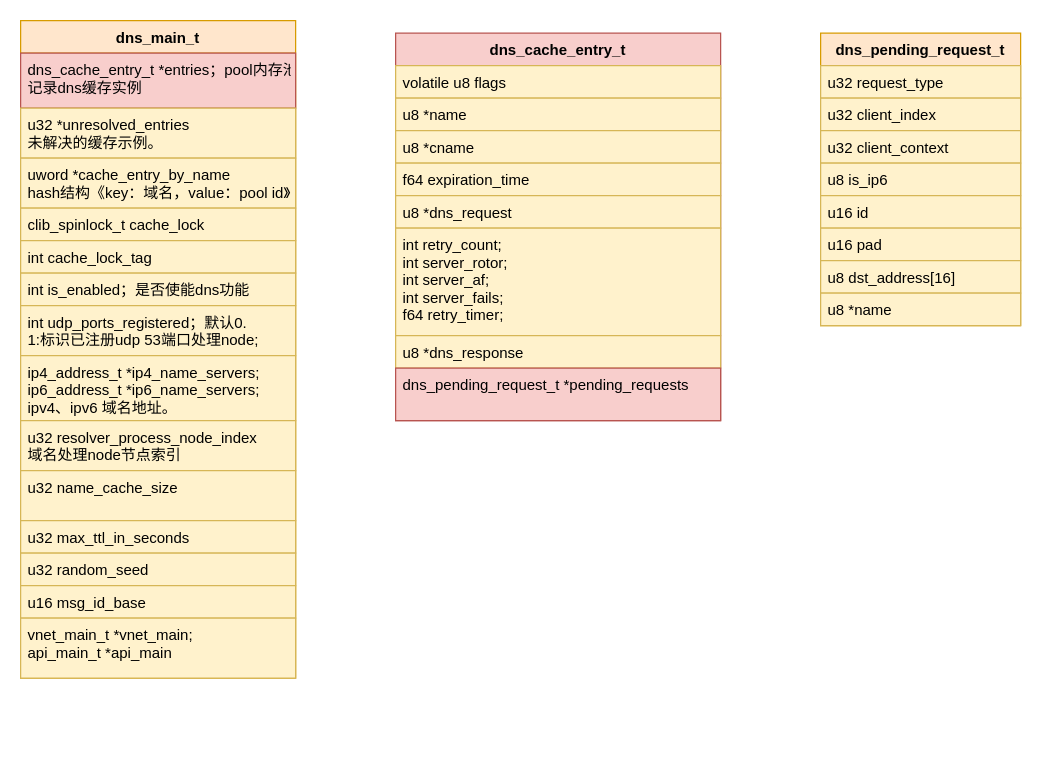
This is new_map/Untitled Diagram.drawio from jin13417/dpdk-vpp-learning, a draw.io file, before an edit. Source tidied: cells renumbered, new cells numbered last; positions are measured from the earlier drawing's top-left corner, leaving out a move shared by most shapes. Both pictures are drawn from the tidied source at 125%, with x=0, y=0 at pixel (20, 20).
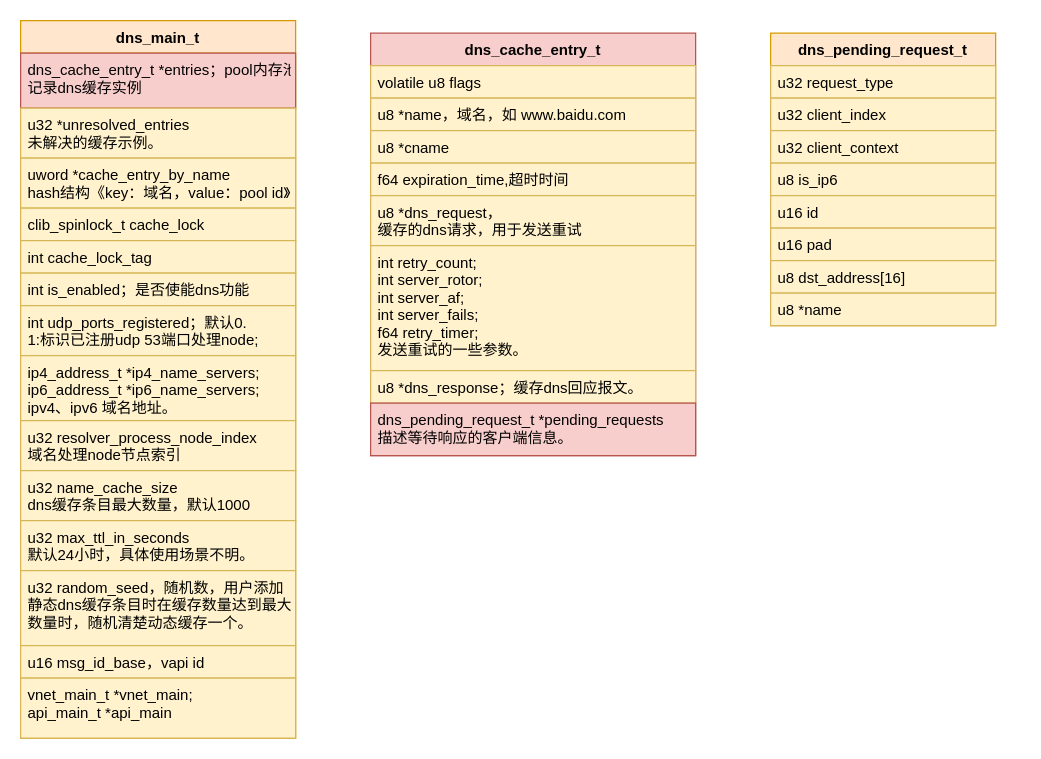
After the change.

What changed in the source:
```diff
@@
     <mxCell id="2" value="dns_main_t" style="swimlane;fontStyle=1;align=center;verticalAlign=top;horizontal=1;startSize=26;fillColor=#ffe6cc;strokeColor=#d79b00;" parent="1" vertex="1">
-      <mxGeometry width="220" height="526" as="geometry" />
+      <mxGeometry width="220" height="574" as="geometry" />
     </mxCell>
@@
-    <mxCell id="12" value="u32 name_cache_size" style="text;fillColor=#fff2cc;align=left;verticalAlign=top;spacingLeft=4;spacingRight=4;overflow=hidden;strokeColor=#d6b656;" parent="2" vertex="1">
+    <mxCell id="12" value="u32 name_cache_size&#10;dns缓存条目最大数量，默认1000" style="text;fillColor=#fff2cc;align=left;verticalAlign=top;spacingLeft=4;spacingRight=4;overflow=hidden;strokeColor=#d6b656;" parent="2" vertex="1">
       <mxGeometry y="360" width="220" height="40" as="geometry" />
     </mxCell>
-    <mxCell id="13" value="u32 max_ttl_in_seconds" style="text;strokeColor=#d6b656;fillColor=#fff2cc;align=left;verticalAlign=top;spacingLeft=4;spacingRight=4;overflow=hidden;" parent="2" vertex="1">
-      <mxGeometry y="400" width="220" height="26" as="geometry" />
+    <mxCell id="13" value="u32 max_ttl_in_seconds&#10;默认24小时，具体使用场景不明。" style="text;strokeColor=#d6b656;fillColor=#fff2cc;align=left;verticalAlign=top;spacingLeft=4;spacingRight=4;overflow=hidden;" parent="2" vertex="1">
+      <mxGeometry y="400" width="220" height="40" as="geometry" />
     </mxCell>
-    <mxCell id="14" value="u32 random_seed" style="text;strokeColor=#d6b656;fillColor=#fff2cc;align=left;verticalAlign=top;spacingLeft=4;spacingRight=4;overflow=hidden;" parent="2" vertex="1">
-      <mxGeometry y="426" width="220" height="26" as="geometry" />
+    <mxCell id="14" value="u32 random_seed，随机数，用户添加&#10;静态dns缓存条目时在缓存数量达到最大&#10;数量时，随机清楚动态缓存一个。" style="text;strokeColor=#d6b656;fillColor=#fff2cc;align=left;verticalAlign=top;spacingLeft=4;spacingRight=4;overflow=hidden;" parent="2" vertex="1">
+      <mxGeometry y="440" width="220" height="60" as="geometry" />
     </mxCell>
-    <mxCell id="15" value="u16 msg_id_base" style="text;strokeColor=#d6b656;fillColor=#fff2cc;align=left;verticalAlign=top;spacingLeft=4;spacingRight=4;overflow=hidden;" parent="2" vertex="1">
-      <mxGeometry y="452" width="220" height="26" as="geometry" />
+    <mxCell id="15" value="u16 msg_id_base，vapi id" style="text;strokeColor=#d6b656;fillColor=#fff2cc;align=left;verticalAlign=top;spacingLeft=4;spacingRight=4;overflow=hidden;" parent="2" vertex="1">
+      <mxGeometry y="500" width="220" height="26" as="geometry" />
     </mxCell>
     <mxCell id="16" value="vnet_main_t *vnet_main;&#10;api_main_t *api_main" style="text;strokeColor=#d6b656;fillColor=#fff2cc;align=left;verticalAlign=top;spacingLeft=4;spacingRight=4;overflow=hidden;" parent="2" vertex="1">
-      <mxGeometry y="478" width="220" height="48" as="geometry" />
+      <mxGeometry y="526" width="220" height="48" as="geometry" />
     </mxCell>
     <mxCell id="17" value="dns_cache_entry_t" style="swimlane;fontStyle=1;align=center;verticalAlign=top;horizontal=1;startSize=26;strokeColor=#b85450;fillColor=#f8cecc;" parent="1" vertex="1">
-      <mxGeometry x="300" y="10" width="260" height="310" as="geometry" />
+      <mxGeometry x="280" y="10" width="260" height="338" as="geometry" />
     </mxCell>
@@
-    <mxCell id="19" value="u8 *name" style="text;fillColor=#fff2cc;align=left;verticalAlign=top;spacingLeft=4;spacingRight=4;overflow=hidden;strokeColor=#d6b656;" parent="17" vertex="1">
+    <mxCell id="19" value="u8 *name，域名，如 www.baidu.com" style="text;fillColor=#fff2cc;align=left;verticalAlign=top;spacingLeft=4;spacingRight=4;overflow=hidden;strokeColor=#d6b656;" parent="17" vertex="1">
       <mxGeometry y="52" width="260" height="26" as="geometry" />
     </mxCell>
@@
-    <mxCell id="21" value="f64 expiration_time" style="text;fillColor=#fff2cc;align=left;verticalAlign=top;spacingLeft=4;spacingRight=4;overflow=hidden;strokeColor=#d6b656;" parent="17" vertex="1">
+    <mxCell id="21" value="f64 expiration_time,超时时间" style="text;fillColor=#fff2cc;align=left;verticalAlign=top;spacingLeft=4;spacingRight=4;overflow=hidden;strokeColor=#d6b656;" parent="17" vertex="1">
       <mxGeometry y="104" width="260" height="26" as="geometry" />
     </mxCell>
-    <mxCell id="22" value="u8 *dns_request" style="text;fillColor=#fff2cc;align=left;verticalAlign=top;spacingLeft=4;spacingRight=4;overflow=hidden;strokeColor=#d6b656;" parent="17" vertex="1">
-      <mxGeometry y="130" width="260" height="26" as="geometry" />
+    <mxCell id="22" value="u8 *dns_request，&#10;缓存的dns请求，用于发送重试" style="text;fillColor=#fff2cc;align=left;verticalAlign=top;spacingLeft=4;spacingRight=4;overflow=hidden;strokeColor=#d6b656;" parent="17" vertex="1">
+      <mxGeometry y="130" width="260" height="40" as="geometry" />
     </mxCell>
-    <mxCell id="23" value="int retry_count;&#10;int server_rotor;&#10;int server_af;&#10;int server_fails;&#10;f64 retry_timer;" style="text;fillColor=#fff2cc;align=left;verticalAlign=top;spacingLeft=4;spacingRight=4;overflow=hidden;strokeColor=#d6b656;" parent="17" vertex="1">
-      <mxGeometry y="156" width="260" height="86" as="geometry" />
+    <mxCell id="23" value="int retry_count;&#10;int server_rotor;&#10;int server_af;&#10;int server_fails;&#10;f64 retry_timer;&#10;发送重试的一些参数。" style="text;fillColor=#fff2cc;align=left;verticalAlign=top;spacingLeft=4;spacingRight=4;overflow=hidden;strokeColor=#d6b656;" parent="17" vertex="1">
+      <mxGeometry y="170" width="260" height="100" as="geometry" />
     </mxCell>
-    <mxCell id="24" value="u8 *dns_response" style="text;fillColor=#fff2cc;align=left;verticalAlign=top;spacingLeft=4;spacingRight=4;overflow=hidden;strokeColor=#d6b656;" parent="17" vertex="1">
-      <mxGeometry y="242" width="260" height="26" as="geometry" />
+    <mxCell id="24" value="u8 *dns_response；缓存dns回应报文。" style="text;fillColor=#fff2cc;align=left;verticalAlign=top;spacingLeft=4;spacingRight=4;overflow=hidden;strokeColor=#d6b656;" parent="17" vertex="1">
+      <mxGeometry y="270" width="260" height="26" as="geometry" />
     </mxCell>
-    <mxCell id="25" value="dns_pending_request_t *pending_requests" style="text;fillColor=#f8cecc;align=left;verticalAlign=top;spacingLeft=4;spacingRight=4;overflow=hidden;strokeColor=#b85450;" parent="17" vertex="1">
-      <mxGeometry y="268" width="260" height="42" as="geometry" />
+    <mxCell id="25" value="dns_pending_request_t *pending_requests&#10;描述等待响应的客户端信息。" style="text;fillColor=#f8cecc;align=left;verticalAlign=top;spacingLeft=4;spacingRight=4;overflow=hidden;strokeColor=#b85450;" parent="17" vertex="1">
+      <mxGeometry y="296" width="260" height="42" as="geometry" />
     </mxCell>
     <mxCell id="26" value="dns_pending_request_t" style="swimlane;fontStyle=1;align=center;verticalAlign=top;horizontal=1;startSize=26;strokeColor=#d79b00;fillColor=#ffe6cc;" parent="1" vertex="1">
-      <mxGeometry x="640" y="10" width="160" height="234" as="geometry" />
+      <mxGeometry x="600" y="10" width="180" height="234" as="geometry" />
     </mxCell>
     <mxCell id="27" value="u32 request_type" style="text;fillColor=#fff2cc;align=left;verticalAlign=top;spacingLeft=4;spacingRight=4;overflow=hidden;strokeColor=#d6b656;" parent="26" vertex="1">
-      <mxGeometry y="26" width="160" height="26" as="geometry" />
+      <mxGeometry y="26" width="180" height="26" as="geometry" />
     </mxCell>
     <mxCell id="28" value="u32 client_index" style="text;fillColor=#fff2cc;align=left;verticalAlign=top;spacingLeft=4;spacingRight=4;overflow=hidden;strokeColor=#d6b656;" parent="26" vertex="1">
-      <mxGeometry y="52" width="160" height="26" as="geometry" />
+      <mxGeometry y="52" width="180" height="26" as="geometry" />
     </mxCell>
     <mxCell id="29" value="u32 client_context" style="text;fillColor=#fff2cc;align=left;verticalAlign=top;spacingLeft=4;spacingRight=4;overflow=hidden;strokeColor=#d6b656;" parent="26" vertex="1">
-      <mxGeometry y="78" width="160" height="26" as="geometry" />
+      <mxGeometry y="78" width="180" height="26" as="geometry" />
     </mxCell>
     <mxCell id="30" value="u8 is_ip6" style="text;fillColor=#fff2cc;align=left;verticalAlign=top;spacingLeft=4;spacingRight=4;overflow=hidden;strokeColor=#d6b656;" parent="26" vertex="1">
-      <mxGeometry y="104" width="160" height="26" as="geometry" />
+      <mxGeometry y="104" width="180" height="26" as="geometry" />
     </mxCell>
     <mxCell id="31" value="u16 id" style="text;fillColor=#fff2cc;align=left;verticalAlign=top;spacingLeft=4;spacingRight=4;overflow=hidden;strokeColor=#d6b656;" parent="26" vertex="1">
-      <mxGeometry y="130" width="160" height="26" as="geometry" />
+      <mxGeometry y="130" width="180" height="26" as="geometry" />
     </mxCell>
     <mxCell id="32" value="u16 pad" style="text;fillColor=#fff2cc;align=left;verticalAlign=top;spacingLeft=4;spacingRight=4;overflow=hidden;strokeColor=#d6b656;" parent="26" vertex="1">
-      <mxGeometry y="156" width="160" height="26" as="geometry" />
+      <mxGeometry y="156" width="180" height="26" as="geometry" />
     </mxCell>
     <mxCell id="33" value="u8 dst_address[16]" style="text;fillColor=#fff2cc;align=left;verticalAlign=top;spacingLeft=4;spacingRight=4;overflow=hidden;strokeColor=#d6b656;" parent="26" vertex="1">
-      <mxGeometry y="182" width="160" height="26" as="geometry" />
+      <mxGeometry y="182" width="180" height="26" as="geometry" />
     </mxCell>
     <mxCell id="34" value="u8 *name" style="text;fillColor=#fff2cc;align=left;verticalAlign=top;spacingLeft=4;spacingRight=4;overflow=hidden;strokeColor=#d6b656;" parent="26" vertex="1">
-      <mxGeometry y="208" width="160" height="26" as="geometry" />
+      <mxGeometry y="208" width="180" height="26" as="geometry" />
     </mxCell>
```
